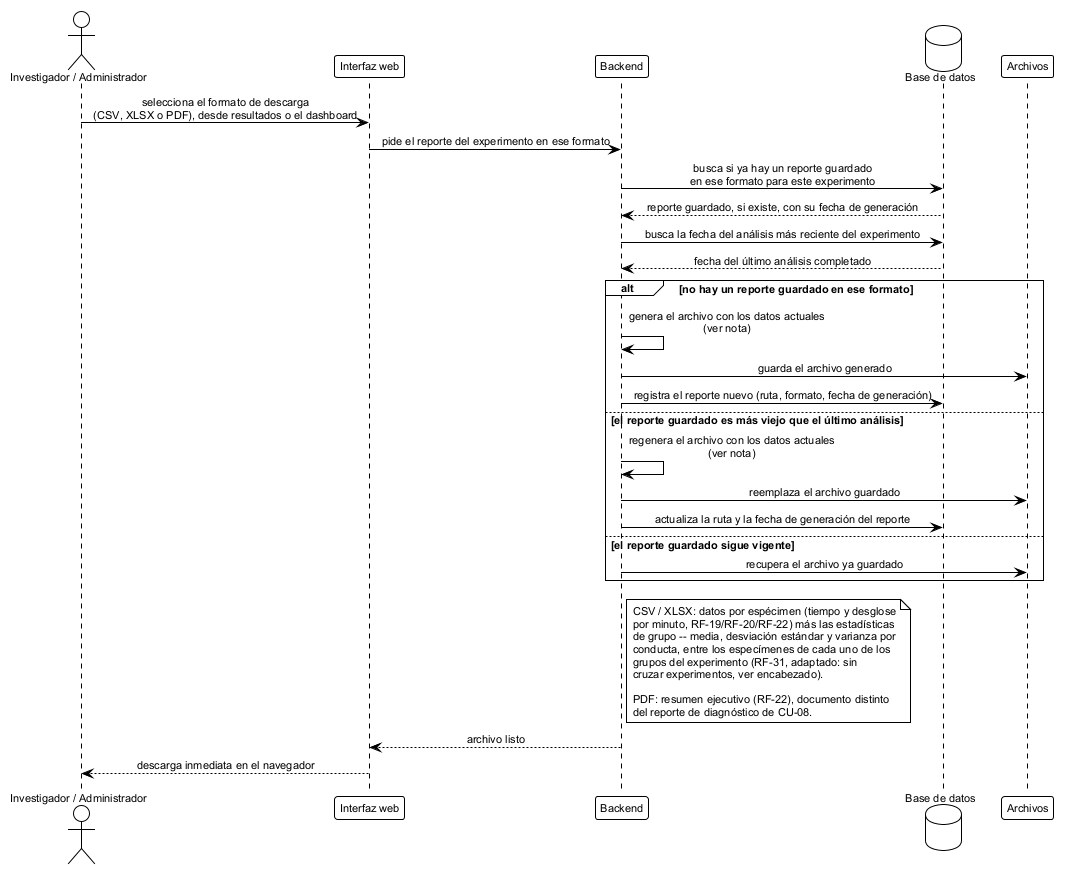
Above: figures/mermaid/seq_descarga_reportes.png in ErickJester/fst-ai-system-latex (PlantUML), before the change.
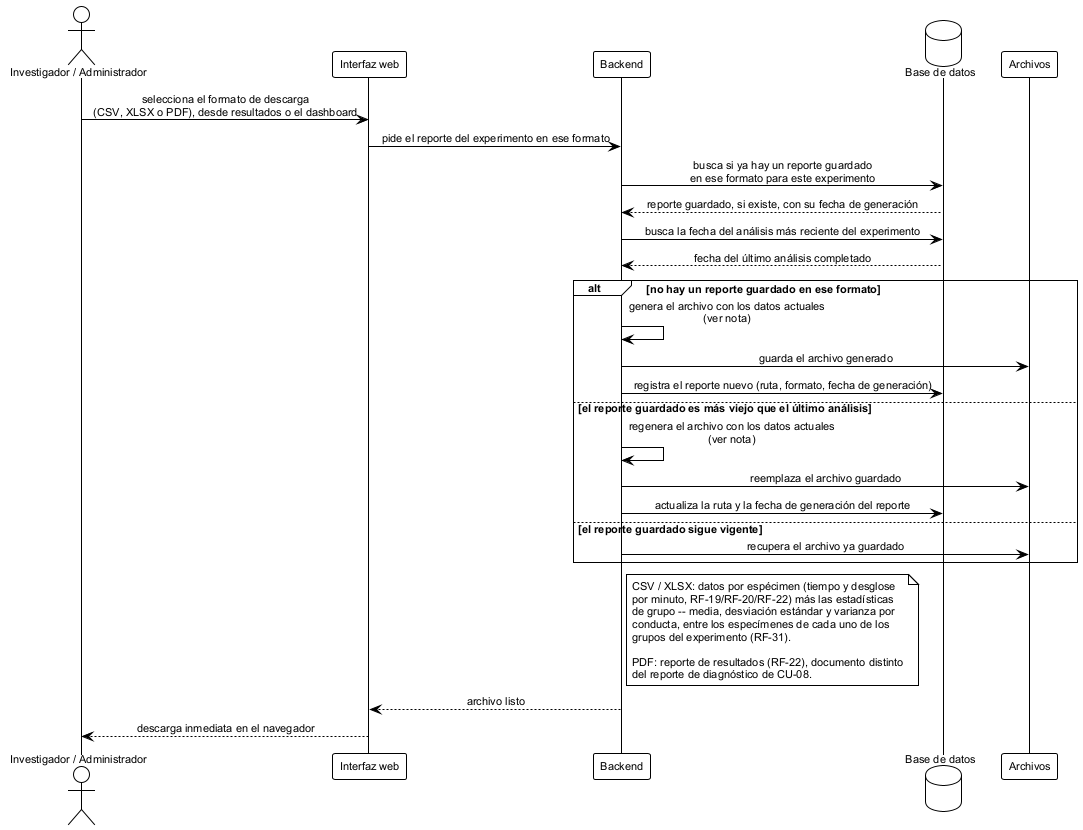
Later version of the same file.

The edit, as a diff of the source:
```diff
@@ -38,10 +38,9 @@
   por minuto, RF-19/RF-20/RF-22) más las estadísticas
   de grupo -- media, desviación estándar y varianza por
   conducta, entre los especímenes de cada uno de los
-  grupos del experimento (RF-31, adaptado: sin
-  cruzar experimentos, ver encabezado).
+  grupos del experimento (RF-31).
 
-  PDF: resumen ejecutivo (RF-22), documento distinto
+  PDF: reporte de resultados (RF-22), documento distinto
   del reporte de diagnóstico de CU-08.
 end note
 
```
